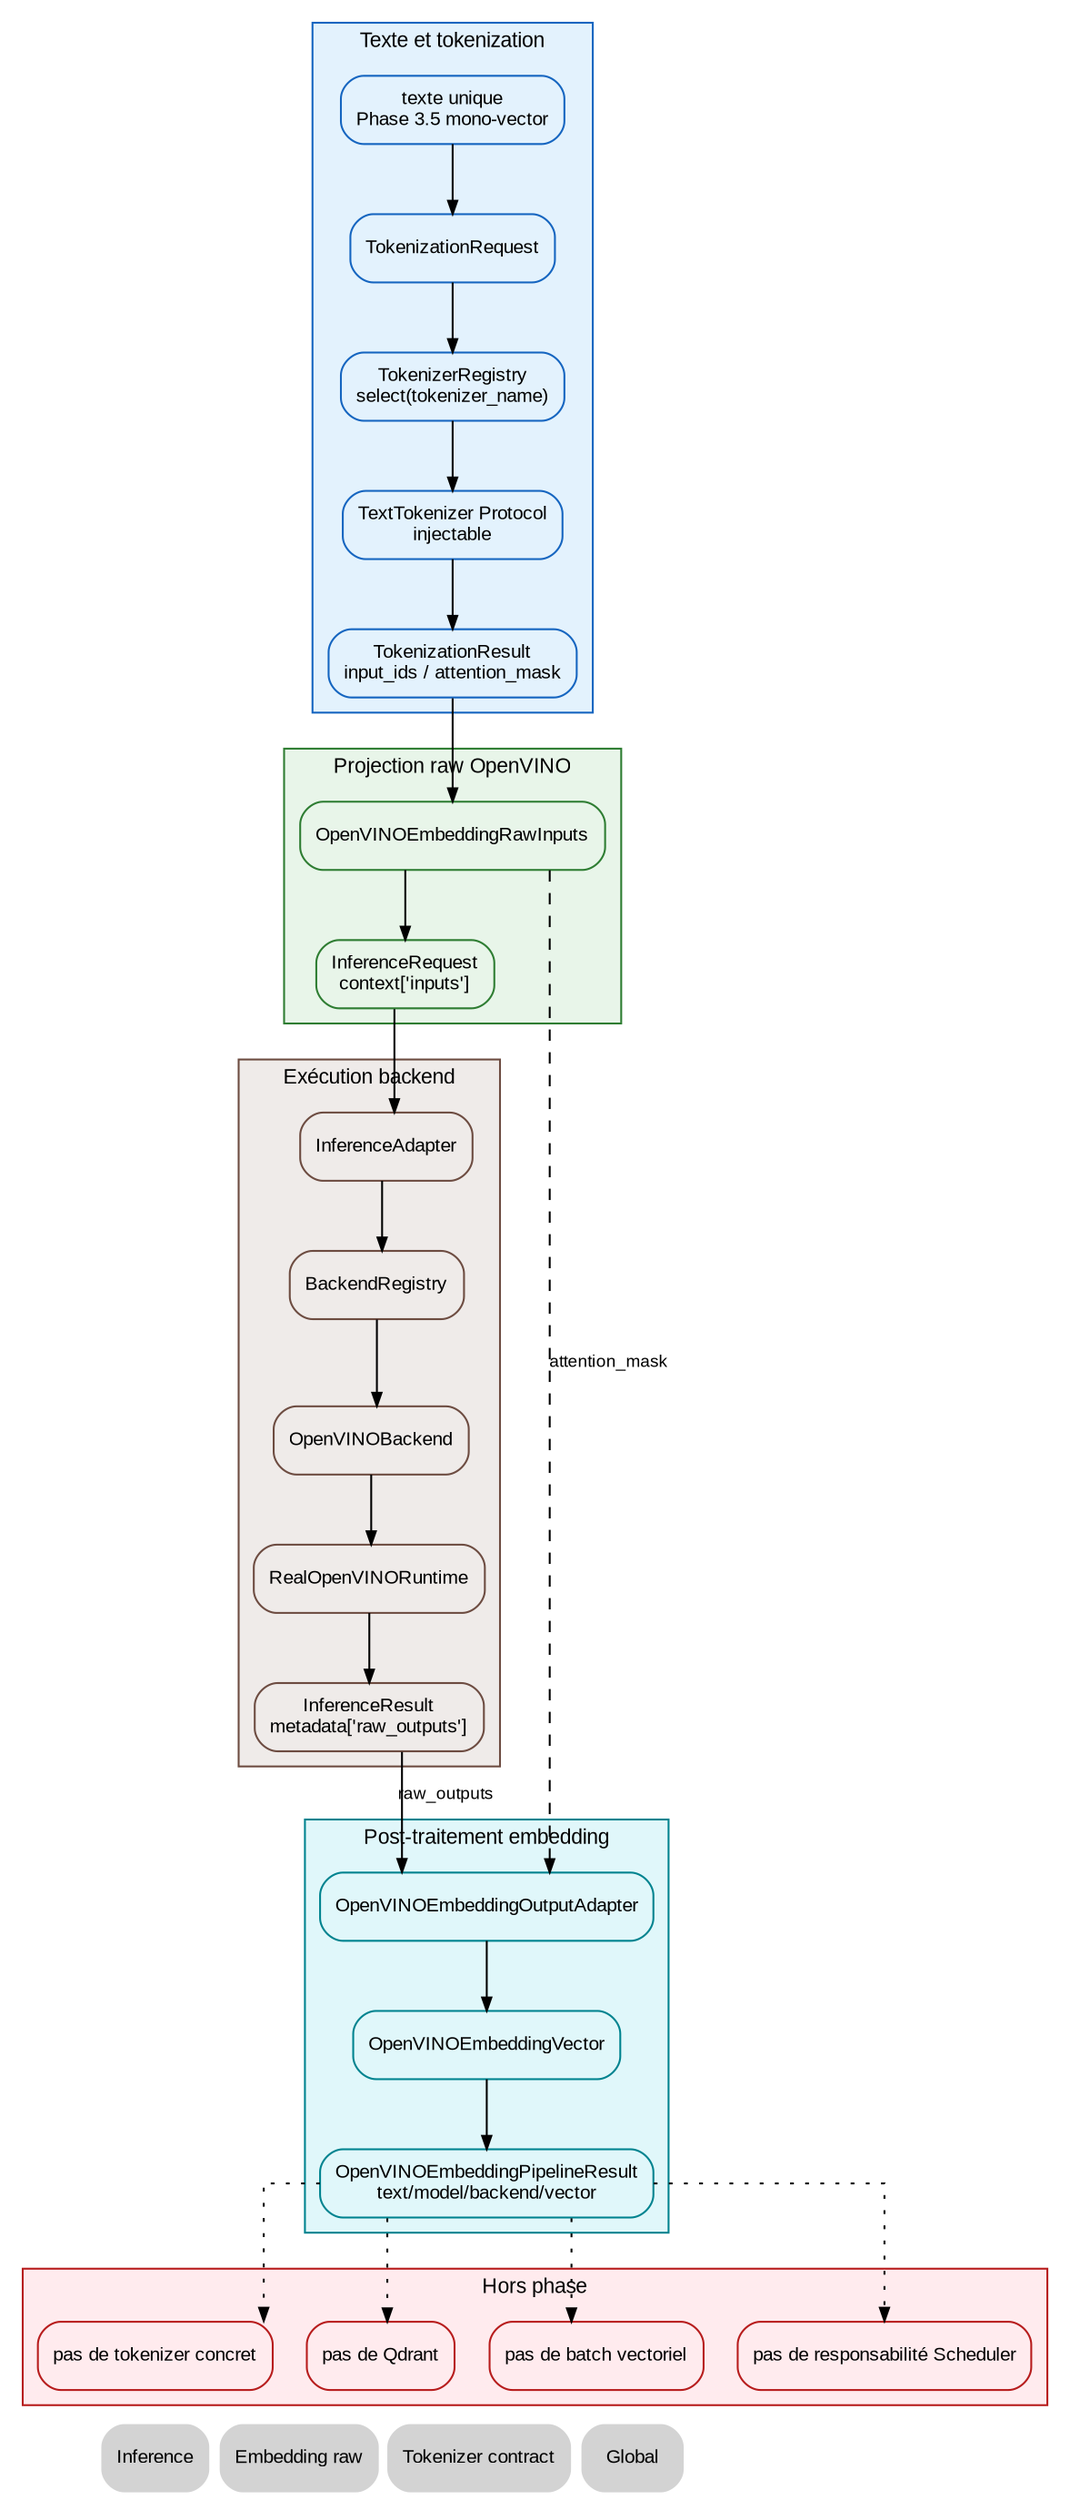
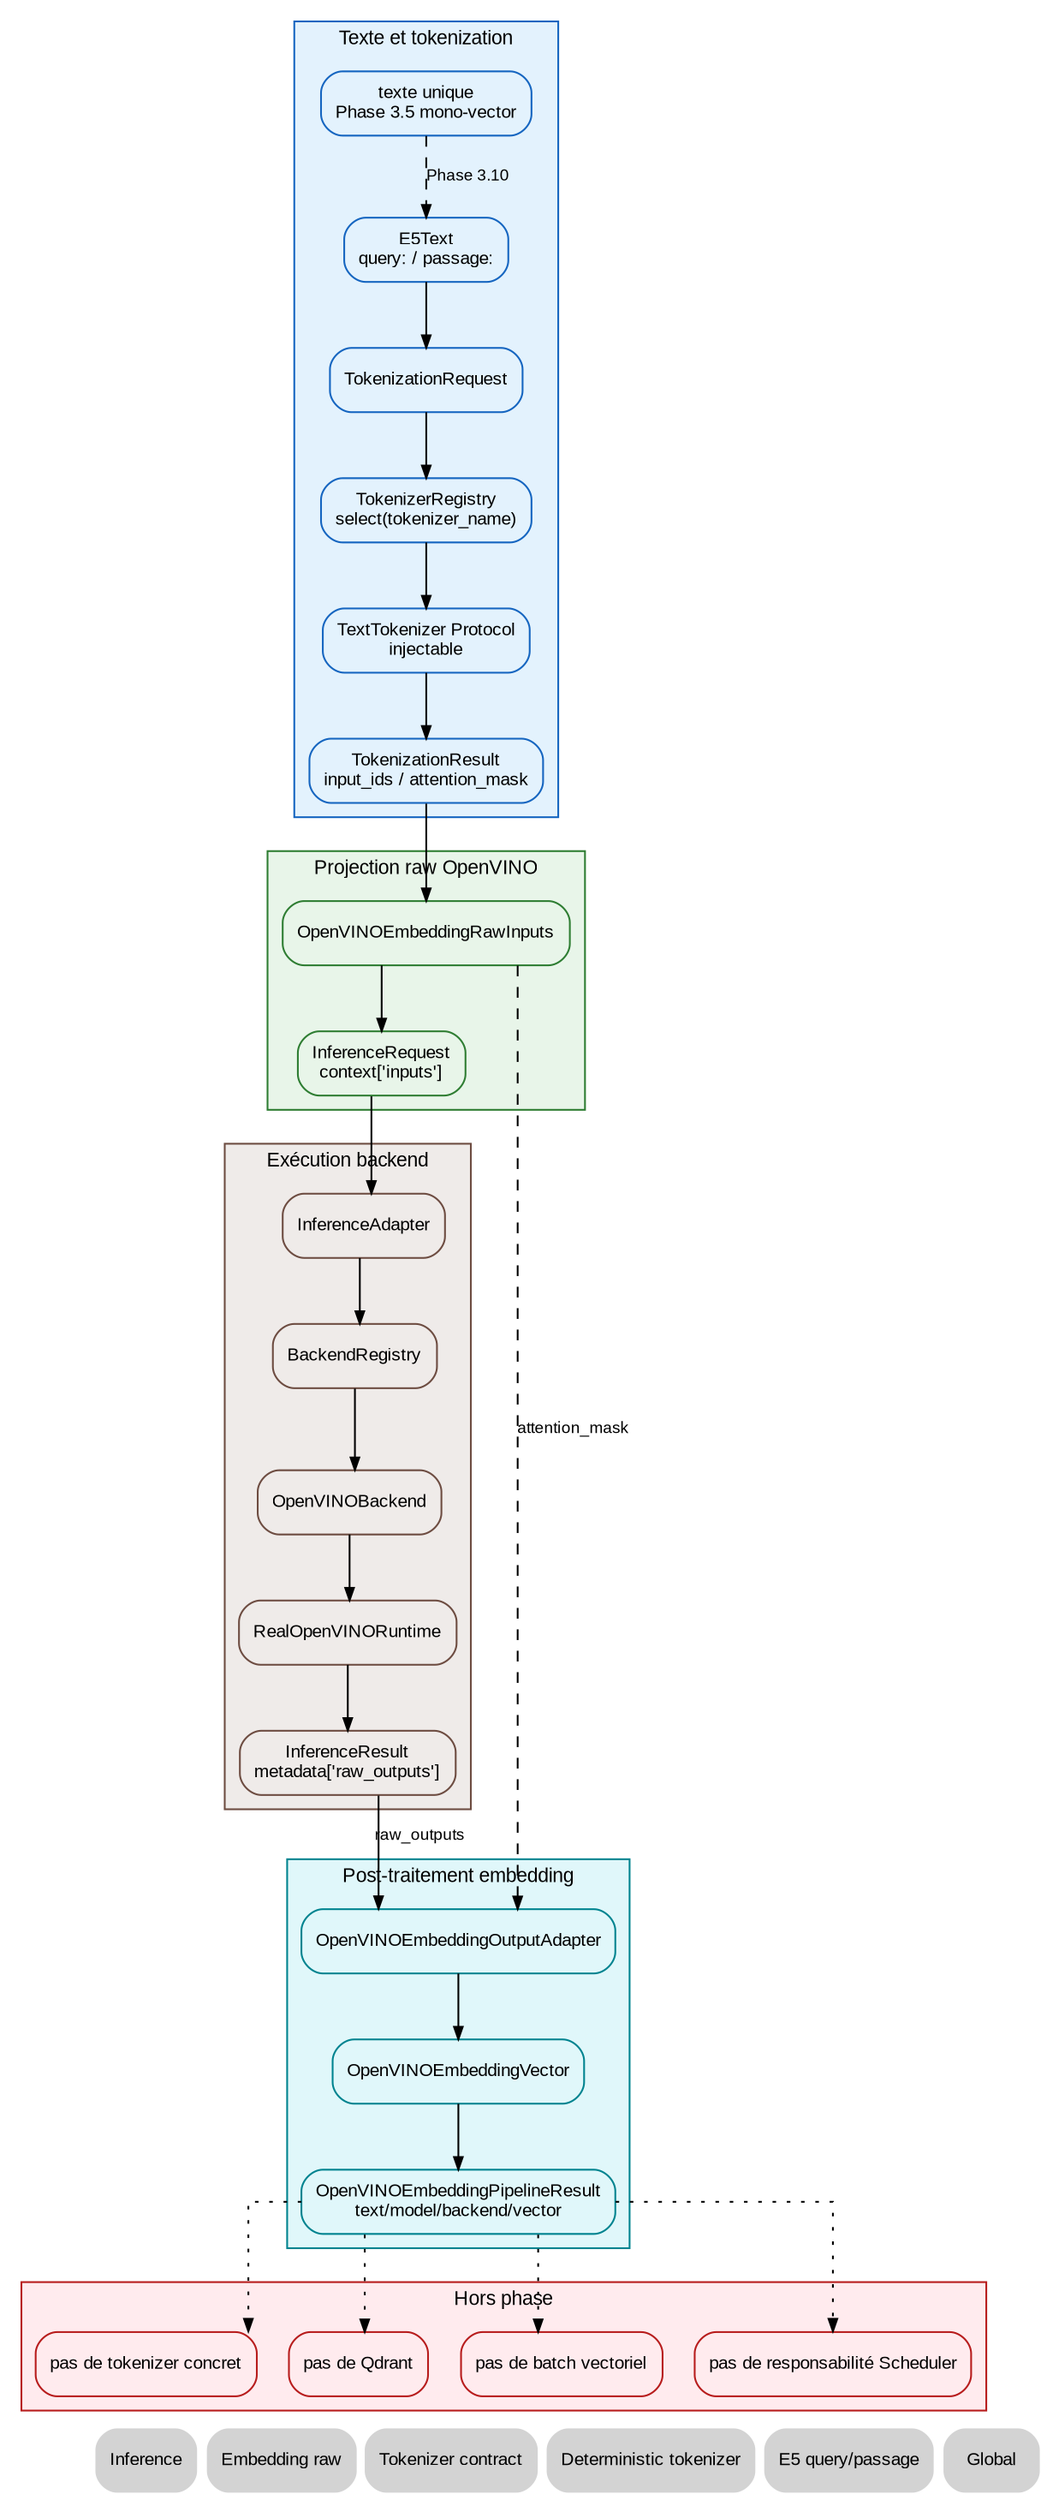
digraph OpenVINOEmbeddingPipeline {
    // ROADMAP_ID: inference.openvino_embedding_pipeline
    // ROADMAP_PARENT: inference/46_tokenizer_contract.dot
    // ROADMAP_NOTE[phase3_5]:
    // Cette page assemble tokenizer injectable, raw inputs, backend sélectionné
    // par InferenceAdapter et output adapter. Elle ne choisit aucun tokenizer
    // concret et ne branche pas Qdrant.
+ 
+     // ROADMAP_NOTE[phase3_6]:
+     // Le pipeline peut maintenant être validé avec DeterministicTokenizer,
+     // tokenizer de test pure stdlib non compatible production.
+ 
+     // ROADMAP_NOTE[phase3_10]:
+     // Le pipeline reçoit maintenant des textes E5 préfixés par E5Text avant
+     // tokenization. Le ranking local reste une couche au-dessus du pipeline.

    rankdir=TB;
    splines=ortho;

    graph [fontname="Arial", fontsize=11];
    node [shape=box, style="rounded,filled", fontname="Arial", fontsize=10];
    edge [fontname="Arial", fontsize=9, arrowsize=0.7];

    subgraph cluster_text {
        label="Texte et tokenization";
        color="#1565c0";
        bgcolor="#e3f2fd";
        node [fillcolor="#e3f2fd", color="#1565c0"];

        Text [label="texte unique\nPhase 3.5 mono-vector"];
+         E5Text [label="E5Text\nquery: / passage:", URL="49_e5_query_passage.svg"];
        TokenizationRequest [label="TokenizationRequest", URL="46_tokenizer_contract.svg"];
        TokenizerRegistry [label="TokenizerRegistry\nselect(tokenizer_name)", URL="46_tokenizer_contract.svg"];
        TextTokenizer [label="TextTokenizer Protocol\ninjectable", URL="46_tokenizer_contract.svg"];
        TokenizationResult [label="TokenizationResult\ninput_ids / attention_mask", URL="46_tokenizer_contract.svg"];
    }

    subgraph cluster_raw {
        label="Projection raw OpenVINO";
        color="#2e7d32";
        bgcolor="#e8f5e9";
        node [fillcolor="#e8f5e9", color="#2e7d32"];

        RawInputs [label="OpenVINOEmbeddingRawInputs", URL="45_openvino_embedding_raw.svg"];
        InferenceRequest [label="InferenceRequest\ncontext['inputs']", URL="40_inference.svg"];
    }

    subgraph cluster_execution {
        label="Exécution backend";
        color="#6d4c41";
        bgcolor="#efebe9";
        node [fillcolor="#efebe9", color="#6d4c41"];

        InferenceAdapter [label="InferenceAdapter", URL="40_inference.svg"];
        BackendRegistry [label="BackendRegistry", URL="40_inference.svg"];
        OpenVINOBackend [label="OpenVINOBackend", URL="41_openvino_backend.svg"];
        Runtime [label="RealOpenVINORuntime", URL="42_openvino_runtime.svg"];
        InferenceResult [label="InferenceResult\nmetadata['raw_outputs']", URL="40_inference.svg"];
    }

    subgraph cluster_vector {
        label="Post-traitement embedding";
        color="#00838f";
        bgcolor="#e0f7fa";
        node [fillcolor="#e0f7fa", color="#00838f"];

        OutputAdapter [label="OpenVINOEmbeddingOutputAdapter", URL="45_openvino_embedding_raw.svg"];
        Vector [label="OpenVINOEmbeddingVector", URL="45_openvino_embedding_raw.svg"];
        PipelineResult [label="OpenVINOEmbeddingPipelineResult\ntext/model/backend/vector"];
    }

    subgraph cluster_not_here {
        label="Hors phase";
        color="#b71c1c";
        bgcolor="#ffebee";
        node [fillcolor="#ffebee", color="#b71c1c"];

        NoConcreteTokenizer [label="pas de tokenizer concret"];
        NoQdrant [label="pas de Qdrant"];
        NoBatch [label="pas de batch vectoriel"];
        NoScheduler [label="pas de responsabilité Scheduler", URL="../scheduler/10_scheduler.svg"];
    }

-     Text -> TokenizationRequest;
+     Text -> E5Text [style=dashed, label="Phase 3.10"];
+     E5Text -> TokenizationRequest;
    TokenizationRequest -> TokenizerRegistry;
    TokenizerRegistry -> TextTokenizer;
    TextTokenizer -> TokenizationResult;
    TokenizationResult -> RawInputs;
    RawInputs -> InferenceRequest;
    InferenceRequest -> InferenceAdapter;
    InferenceAdapter -> BackendRegistry;
    BackendRegistry -> OpenVINOBackend;
    OpenVINOBackend -> Runtime;
    Runtime -> InferenceResult;
    InferenceResult -> OutputAdapter [label="raw_outputs"];
    RawInputs -> OutputAdapter [style=dashed, label="attention_mask"];
    OutputAdapter -> Vector;
    Vector -> PipelineResult;

    PipelineResult -> NoConcreteTokenizer [style=dotted];
    PipelineResult -> NoQdrant [style=dotted];
    PipelineResult -> NoBatch [style=dotted];
    PipelineResult -> NoScheduler [style=dotted];

    Nav_Inference [label="Inference", shape=plaintext, URL="40_inference.svg"];
    Nav_Raw [label="Embedding raw", shape=plaintext, URL="45_openvino_embedding_raw.svg"];
    Nav_Tokenizer [label="Tokenizer contract", shape=plaintext, URL="46_tokenizer_contract.svg"];
+     Nav_TestTokenizer [label="Deterministic tokenizer", shape=plaintext, URL="48_deterministic_tokenizer.svg"];
+     Nav_E5QueryPassage [label="E5 query/passage", shape=plaintext, URL="49_e5_query_passage.svg"];
    Nav_Global [label="Global", shape=plaintext, URL="../00_global.svg"];

-     { rank=sink; Nav_Inference; Nav_Raw; Nav_Tokenizer; Nav_Global; }
+     { rank=sink; Nav_Inference; Nav_Raw; Nav_Tokenizer; Nav_TestTokenizer; Nav_E5QueryPassage; Nav_Global; }
}
